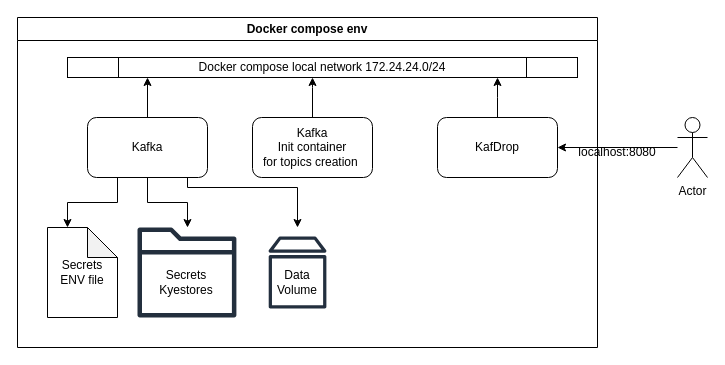
opslaba/docker-compose-lib keeps this draw.io diagram as kafka/Diagram.drawio. Above is the earlier version. Source tidied: cells renumbered, new cells numbered last; positions are measured from the earlier drawing's top-left corner, leaving out a move shared by most shapes. Both pictures are drawn from the tidied source at 100%, with x=0, y=0 at pixel (17, 17).
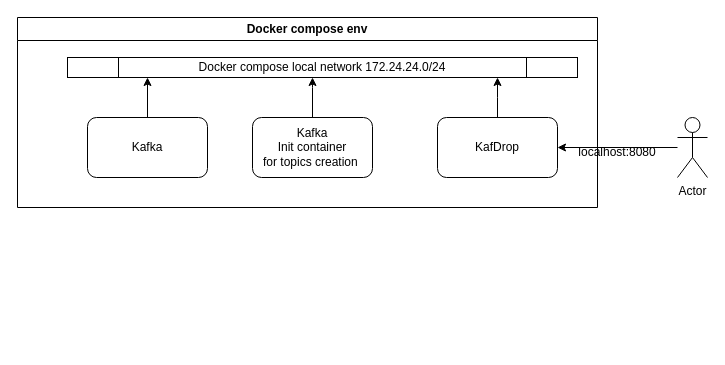
Above is the later version.

Unchanged cells that the change refers to:
```xml
<mxCell id="7" value="Kafka" style="rounded=1;whiteSpace=wrap;html=1;" parent="2" vertex="1">
  <mxGeometry x="70" y="100" width="120" height="60" as="geometry" />
</mxCell>
```

Diff of the diagram source:
```diff
@@
     <mxCell id="2" value="Docker compose env" style="swimlane;whiteSpace=wrap;html=1;" parent="1" vertex="1">
-      <mxGeometry width="580" height="330" as="geometry" />
+      <mxGeometry width="580" height="190" as="geometry" />
     </mxCell>
@@
-    <mxCell id="4" style="edgeStyle=orthogonalEdgeStyle;rounded=0;jettySize=auto;html=1;" parent="2" edge="1" source="7" target="9">
-      <mxGeometry relative="1" as="geometry">
-        <Array as="points">
-          <mxPoint x="130" y="185" />
-          <mxPoint x="170" y="185" />
-        </Array>
-      </mxGeometry>
-    </mxCell>
@@
-    <mxCell id="6" style="edgeStyle=orthogonalEdgeStyle;rounded=0;jettySize=auto;html=1;" parent="2" edge="1" source="7" target="16">
-      <mxGeometry relative="1" as="geometry">
-        <Array as="points">
-          <mxPoint x="170" y="170" />
-          <mxPoint x="280" y="170" />
-        </Array>
-      </mxGeometry>
-    </mxCell>
@@
-    <mxCell id="8" value="Secrets&lt;br&gt;ENV file" style="shape=note;whiteSpace=wrap;html=1;backgroundOutline=1;darkOpacity=0.05;" parent="2" vertex="1">
-      <mxGeometry x="30" y="210" width="70" height="90" as="geometry" />
-    </mxCell>
-    <mxCell id="9" style="sketch=0;outlineConnect=0;fontColor=#232F3E;gradientColor=none;fillColor=#232F3D;strokeColor=none;dashed=0;verticalLabelPosition=bottom;verticalAlign=top;align=center;html=1;fontSize=12;fontStyle=0;shape=mxgraph.aws4.folder;" parent="2" vertex="1">
-      <mxGeometry x="120" y="210" width="98.9" height="90" as="geometry" />
-    </mxCell>
-    <mxCell id="10" value="Secrets&lt;div&gt;Kyestores&lt;/div&gt;" style="text;html=1;align=center;verticalAlign=middle;whiteSpace=wrap;rounded=0;" parent="2" vertex="1">
-      <mxGeometry x="139.4" y="250" width="60" height="30" as="geometry" />
-    </mxCell>
-    <mxCell id="11" style="edgeStyle=orthogonalEdgeStyle;rounded=0;jettySize=auto;html=1;entryX=0;entryY=0;entryDx=20;entryDy=0;entryPerimeter=0;" parent="2" edge="1" source="7" target="8">
-      <mxGeometry relative="1" as="geometry">
-        <Array as="points">
-          <mxPoint x="100" y="185" />
-          <mxPoint x="50" y="185" />
-        </Array>
-      </mxGeometry>
-    </mxCell>
@@
-    <mxCell id="16" style="sketch=0;outlineConnect=0;fontColor=#232F3E;gradientColor=none;strokeColor=#232F3E;fillColor=#ffffff;dashed=0;verticalLabelPosition=bottom;verticalAlign=top;align=center;html=1;fontSize=12;fontStyle=0;shape=mxgraph.aws4.resourceIcon;resIcon=mxgraph.aws4.volume;" parent="2" vertex="1">
-      <mxGeometry x="235" y="210" width="90" height="90" as="geometry" />
-    </mxCell>
-    <mxCell id="17" value="Data&lt;div&gt;Volume&lt;/div&gt;" style="text;html=1;align=center;verticalAlign=middle;whiteSpace=wrap;rounded=0;" parent="2" vertex="1">
-      <mxGeometry x="250" y="250" width="60" height="30" as="geometry" />
-    </mxCell>
```
